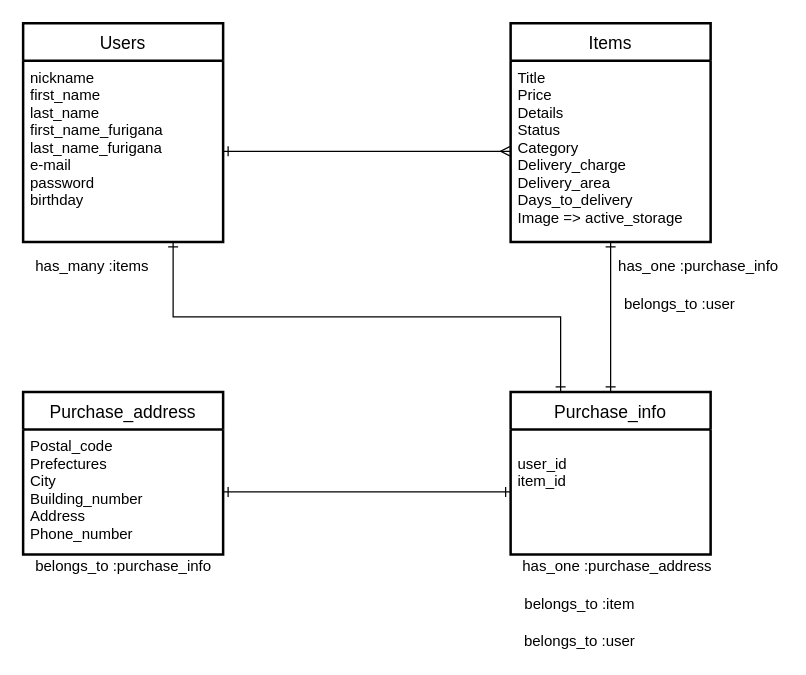
Above: furima.dio in ukkiy-ray/furima-31064 (draw.io), before the change. Source tidied: cells renumbered, new cells numbered last; positions are measured from the earlier drawing's top-left corner, leaving out a move shared by most shapes. Both pictures are drawn from the tidied source at 125%, with x=0, y=0 at pixel (22, 22).
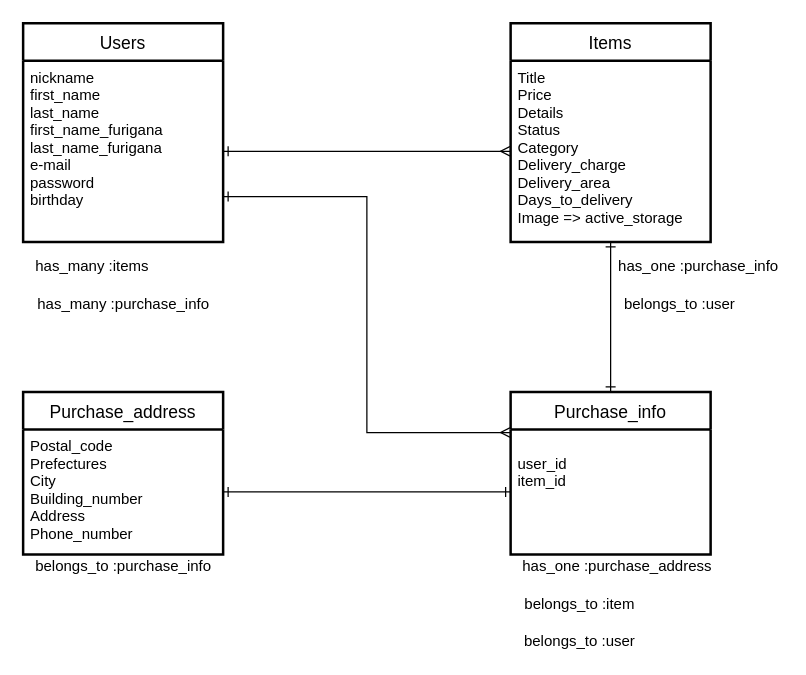
The same diagram, later.

Commit message (it also covers changes not shown here):
READEME.mdファイルのコード修正

The change refers to these unchanged cells:
```xml
<mxCell id="10" value="Purchase_info" style="swimlane;horizontal=1;startSize=30;rounded=0;fontSize=14;fontStyle=0;strokeWidth=2;shadow=0;dashed=0;align=center;" parent="1" vertex="1">
  <mxGeometry x="390" y="295" width="160" height="130" as="geometry" />
</mxCell>
<mxCell id="19" value="nickname&#10;first_name&#10;last_name&#10;first_name_furigana&#10;last_name_furigana&#10;e-mail&#10;password&#10;birthday" style="align=left;strokeColor=none;fillColor=none;spacingLeft=4;fontSize=12;verticalAlign=top;" parent="18" vertex="1">
  <mxGeometry y="30" width="160" height="145" as="geometry" />
</mxCell>
```

The edit, as a diff of the source:
```diff
@@
-    <mxCell id="9" style="edgeStyle=elbowEdgeStyle;rounded=0;jettySize=auto;elbow=vertical;html=1;exitX=0.25;exitY=0;exitDx=0;exitDy=0;entryX=0.75;entryY=1;entryDx=0;entryDy=0;startArrow=ERone;startFill=0;endArrow=ERone;endFill=0;" parent="1" edge="1" source="10" target="19">
+    <mxCell id="9" style="edgeStyle=elbowEdgeStyle;rounded=0;jettySize=auto;html=1;exitX=0;exitY=0.25;exitDx=0;exitDy=0;entryX=1;entryY=0.75;entryDx=0;entryDy=0;startArrow=ERmany;startFill=0;endArrow=ERone;endFill=0;" parent="1" edge="1" source="10" target="19">
       <mxGeometry relative="1" as="geometry" />
     </mxCell>
@@
+    <mxCell id="21" value="has_many :purchase_info" style="text;html=1;align=center;verticalAlign=middle;" parent="1" vertex="1">
+      <mxGeometry x="5" y="215" width="150" height="20" as="geometry" />
+    </mxCell>
```
